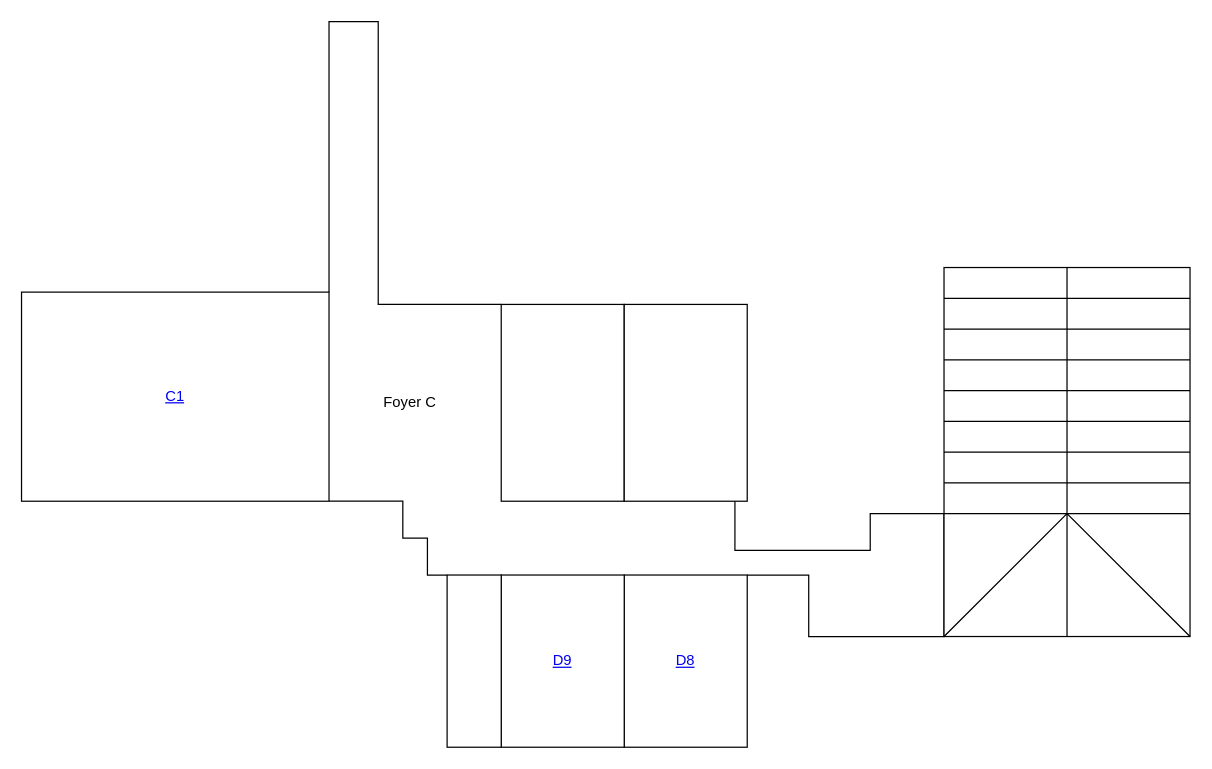
The draw.io diagram website/_2025/content/rooms/img/o2-universum.drawio in awscommunitydaycz/aws-community-day-cz, before the edit. Source tidied: cells renumbered, new cells numbered last; positions are measured from the earlier drawing's top-left corner, leaving out a move shared by most shapes. Both pictures are drawn from the tidied source at 123%, with x=0, y=0 at pixel (21, 21).
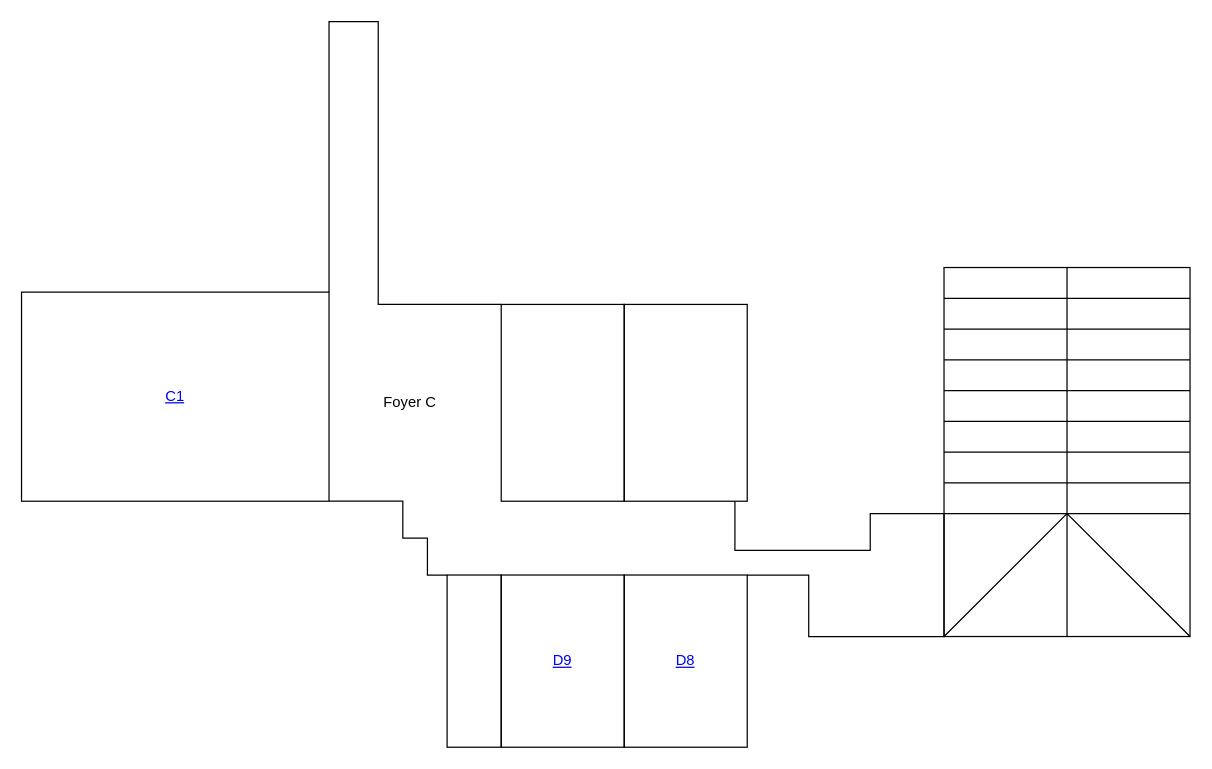
After the change.

Commit message (it also covers changes not shown here):
fix(web): remove fill from map shapes

What changed in the source:
```diff
@@
-    <mxCell id="2" value="&lt;a href=&quot;c1&quot;&gt;C1&lt;/a&gt;" style="rounded=0;whiteSpace=wrap;html=1;" parent="1" vertex="1">
+    <mxCell id="2" value="&lt;a href=&quot;c1&quot;&gt;C1&lt;/a&gt;" style="rounded=0;whiteSpace=wrap;html=1;fillColor=none;" parent="1" vertex="1">
       <mxGeometry y="220" width="250" height="170" as="geometry" />
     </mxCell>
-    <mxCell id="3" style="rounded=0;whiteSpace=wrap;html=1;" parent="1" vertex="1">
+    <mxCell id="3" style="rounded=0;whiteSpace=wrap;html=1;fillColor=none;" parent="1" vertex="1">
       <mxGeometry x="390" y="230" width="100" height="160" as="geometry" />
     </mxCell>
-    <mxCell id="4" style="rounded=0;whiteSpace=wrap;html=1;" parent="1" vertex="1">
+    <mxCell id="4" style="rounded=0;whiteSpace=wrap;html=1;fillColor=none;" parent="1" vertex="1">
       <mxGeometry x="490" y="230" width="100" height="160" as="geometry" />
     </mxCell>
-    <mxCell id="5" value="&lt;a href=&quot;d8&quot;&gt;D8&lt;/a&gt;" style="rounded=0;whiteSpace=wrap;html=1;" parent="1" vertex="1">
+    <mxCell id="5" value="&lt;a href=&quot;d8&quot;&gt;D8&lt;/a&gt;" style="rounded=0;whiteSpace=wrap;html=1;fillColor=none;" parent="1" vertex="1">
       <mxGeometry x="490" y="450" width="100" height="140" as="geometry" />
     </mxCell>
-    <mxCell id="6" value="&lt;a href=&quot;d9&quot;&gt;D9&lt;/a&gt;" style="rounded=0;whiteSpace=wrap;html=1;" parent="1" vertex="1">
+    <mxCell id="6" value="&lt;a href=&quot;d9&quot;&gt;D9&lt;/a&gt;" style="rounded=0;whiteSpace=wrap;html=1;fillColor=none;" parent="1" vertex="1">
       <mxGeometry x="390" y="450" width="100" height="140" as="geometry" />
     </mxCell>
-    <mxCell id="7" style="rounded=0;whiteSpace=wrap;html=1;" parent="1" vertex="1">
+    <mxCell id="7" style="rounded=0;whiteSpace=wrap;html=1;fillColor=none;" parent="1" vertex="1">
       <mxGeometry x="346" y="450" width="44" height="140" as="geometry" />
     </mxCell>
@@
-    <mxCell id="11" style="verticalLabelPosition=bottom;html=1;verticalAlign=top;align=center;shape=mxgraph.floorplan.stairsRest;rotation=90;" parent="1" vertex="1">
+    <mxCell id="11" style="verticalLabelPosition=bottom;html=1;verticalAlign=top;align=center;shape=mxgraph.floorplan.stairsRest;rotation=90;fillColor=none;" parent="1" vertex="1">
       <mxGeometry x="700" y="250" width="300" height="200" as="geometry" />
     </mxCell>
```
